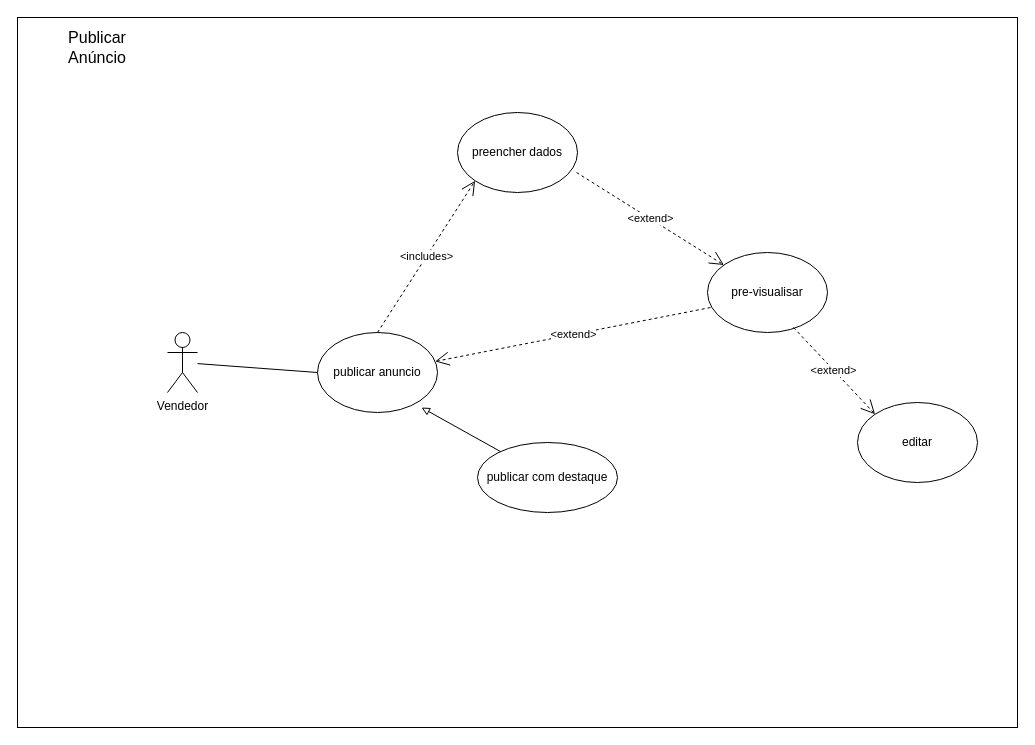
Earlier version of the draw.io diagram UML/projeto/casos_de_uso.drawio (AnaCarvalho77/Cesae_SoftwareDeveloper). Source tidied: cells renumbered, new cells numbered last; positions are measured from the earlier drawing's top-left corner, leaving out a move shared by most shapes. Both pictures are drawn from the tidied source at 100%, with x=0, y=0 at pixel (17, 17).
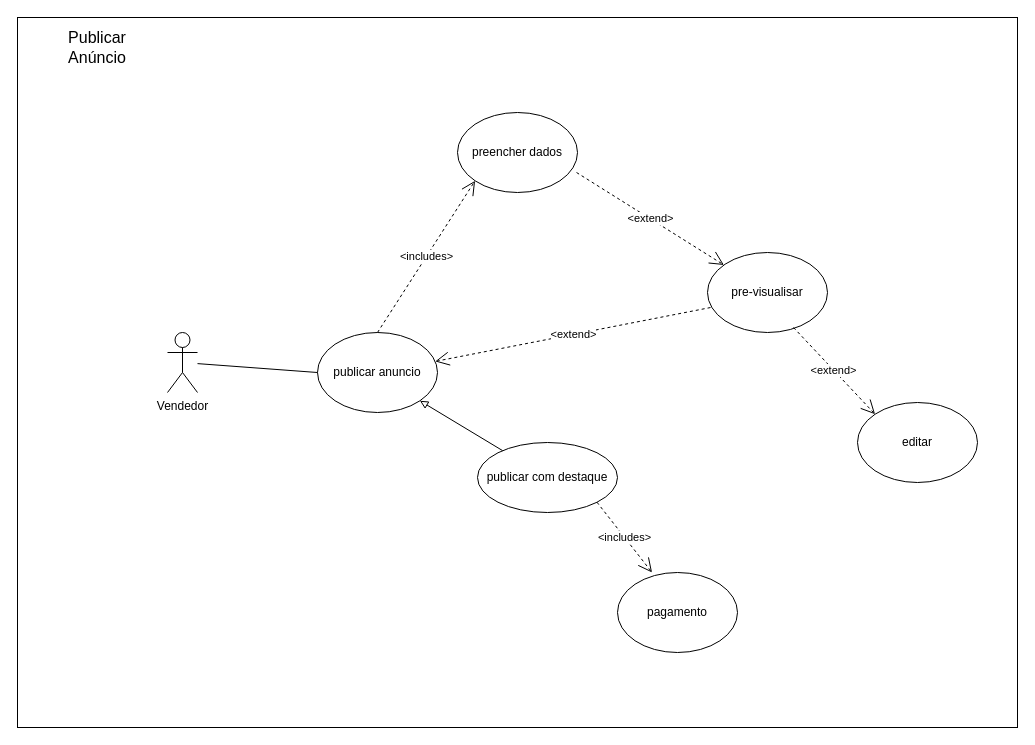
Above is the later version.

What changed in the source:
```diff
@@
 <mxGraphModel>
   <root>
     <mxCell id="0" />
     <mxCell id="1" parent="0" />
     <mxCell id="2" style="rounded=0;whiteSpace=wrap;html=1;fontSize=16;" parent="1" vertex="1">
       <mxGeometry width="1000" height="710" as="geometry" />
     </mxCell>
     <mxCell id="3" value="Vendedor" style="shape=umlActor;verticalLabelPosition=bottom;verticalAlign=top;html=1;outlineConnect=0;" parent="1" vertex="1">
       <mxGeometry x="150" y="315" width="30" height="60" as="geometry" />
     </mxCell>
     <mxCell id="4" value="preencher dados" style="ellipse;whiteSpace=wrap;html=1;" parent="1" vertex="1">
       <mxGeometry x="440" y="95" width="120" height="80" as="geometry" />
     </mxCell>
     <mxCell id="5" value="publicar anuncio" style="ellipse;whiteSpace=wrap;html=1;" parent="1" vertex="1">
       <mxGeometry x="300" y="315" width="120" height="80" as="geometry" />
     </mxCell>
     <mxCell id="6" value="pre-visualisar" style="ellipse;whiteSpace=wrap;html=1;" parent="1" vertex="1">
       <mxGeometry x="690" y="235" width="120" height="80" as="geometry" />
     </mxCell>
     <mxCell id="7" value="editar" style="ellipse;whiteSpace=wrap;html=1;" parent="1" vertex="1">
       <mxGeometry x="840" y="385" width="120" height="80" as="geometry" />
     </mxCell>
     <mxCell id="8" value="&amp;lt;includes&amp;gt;" style="endArrow=open;endSize=12;dashed=1;html=1;rounded=0;entryX=0;entryY=1;entryDx=0;entryDy=0;exitX=0.5;exitY=0;exitDx=0;exitDy=0;" parent="1" edge="1" source="5" target="4">
       <mxGeometry relative="1" as="geometry" />
     </mxCell>
     <mxCell id="9" value="&amp;lt;extend&amp;gt;" style="endArrow=open;endSize=12;dashed=1;html=1;rounded=0;exitX=0.992;exitY=0.75;exitDx=0;exitDy=0;exitPerimeter=0;" parent="1" edge="1" source="4" target="6">
       <mxGeometry relative="1" as="geometry" />
     </mxCell>
     <mxCell id="10" value="&amp;lt;extend&amp;gt;" style="endArrow=open;endSize=12;dashed=1;html=1;rounded=0;entryX=0;entryY=0;entryDx=0;entryDy=0;exitX=0.717;exitY=0.938;exitDx=0;exitDy=0;exitPerimeter=0;" parent="1" edge="1" source="6" target="7">
       <mxGeometry relative="1" as="geometry" />
     </mxCell>
     <mxCell id="11" value="&amp;lt;extend&amp;gt;" style="endArrow=open;endSize=12;dashed=1;html=1;rounded=0;exitX=0.025;exitY=0.688;exitDx=0;exitDy=0;exitPerimeter=0;" parent="1" edge="1" source="6" target="5">
       <mxGeometry relative="1" as="geometry" />
     </mxCell>
     <mxCell id="12" value="publicar com destaque" style="ellipse;whiteSpace=wrap;html=1;" parent="1" vertex="1">
       <mxGeometry x="460" y="425" width="140" height="70" as="geometry" />
     </mxCell>
-    <mxCell id="13" style="html=1;verticalAlign=bottom;endArrow=block;curved=0;rounded=0;entryX=0.867;entryY=0.938;entryDx=0;entryDy=0;endFill=0;entryPerimeter=0;" parent="1" edge="1" source="12" target="5">
+    <mxCell id="13" style="html=1;verticalAlign=bottom;endArrow=block;curved=0;rounded=0;entryX=1;entryY=1;entryDx=0;entryDy=0;endFill=0;" parent="1" edge="1" source="12" target="5">
       <mxGeometry relative="1" as="geometry" />
     </mxCell>
     <mxCell id="14" style="endArrow=none;html=1;rounded=0;entryX=0;entryY=0.5;entryDx=0;entryDy=0;" parent="1" edge="1" source="3" target="5">
       <mxGeometry relative="1" as="geometry" />
     </mxCell>
     <mxCell id="15" value="Publicar Anúncio" style="text;strokeColor=none;fillColor=none;html=1;align=center;verticalAlign=middle;whiteSpace=wrap;rounded=0;fontSize=16;" parent="1" vertex="1">
       <mxGeometry x="50" y="15" width="60" height="30" as="geometry" />
     </mxCell>
+    <mxCell id="16" value="pagamento" style="ellipse;whiteSpace=wrap;html=1;" parent="1" vertex="1">
+      <mxGeometry x="600" y="555" width="120" height="80" as="geometry" />
+    </mxCell>
+    <mxCell id="17" value="&amp;lt;includes&amp;gt;" style="endArrow=open;endSize=12;dashed=1;html=1;rounded=0;entryX=0.288;entryY=0;entryDx=0;entryDy=0;exitX=1;exitY=1;exitDx=0;exitDy=0;entryPerimeter=0;" parent="1" edge="1" source="12" target="16">
+      <mxGeometry relative="1" as="geometry" />
+    </mxCell>
   </root>
 </mxGraphModel>
```
